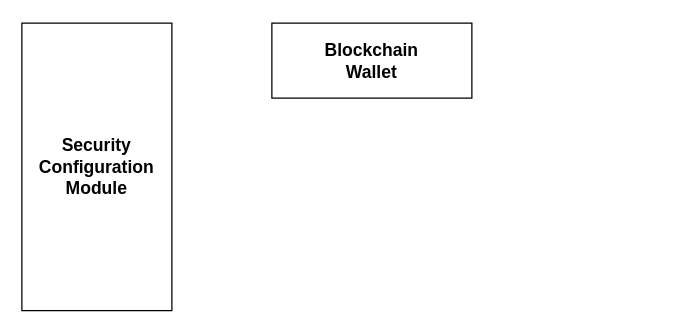
Before: blockiot.drawio in kaliadi/proyek-ku, a draw.io diagram. Source tidied: cells renumbered, new cells numbered last; positions are measured from the earlier drawing's top-left corner, leaving out a move shared by most shapes. Both pictures are drawn from the tidied source at 125%, with x=0, y=0 at pixel (21, 22).
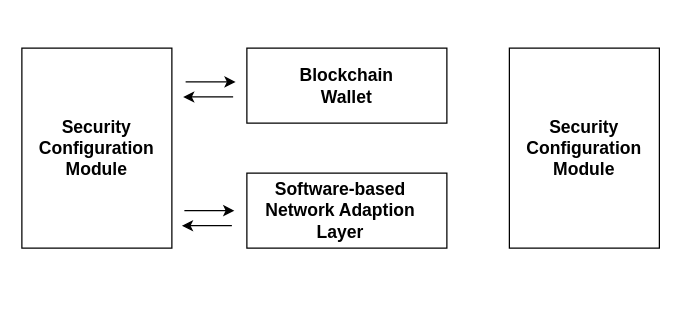
The same page after the edit.

What changed in the source:
```diff
@@
+    <mxCell id="6" style="group;" parent="1" vertex="1">
+      <mxGeometry x="180" y="20" width="160" height="60" as="geometry" />
+    </mxCell>
+    <mxCell id="4" style="rounded=0;whiteSpace=wrap;html=1;" parent="6" vertex="1">
+      <mxGeometry width="160" height="60" as="geometry" />
+    </mxCell>
+    <mxCell id="5" value="&lt;h3&gt;Blockchain Wallet&lt;/h3&gt;" style="text;html=1;strokeColor=none;fillColor=none;align=center;verticalAlign=middle;whiteSpace=wrap;rounded=0;" parent="6" vertex="1">
+      <mxGeometry x="50" y="15" width="60" height="30" as="geometry" />
+    </mxCell>
+    <mxCell id="7" style="group;" parent="1" vertex="1">
+      <mxGeometry x="180" y="120" width="160" height="60" as="geometry" />
+    </mxCell>
+    <mxCell id="8" style="rounded=0;whiteSpace=wrap;html=1;" parent="7" vertex="1">
+      <mxGeometry width="160" height="60" as="geometry" />
+    </mxCell>
+    <mxCell id="9" value="&lt;h3&gt;Software-based Network Adaption Layer&lt;/h3&gt;" style="text;html=1;strokeColor=none;fillColor=none;align=center;verticalAlign=middle;whiteSpace=wrap;rounded=0;" parent="7" vertex="1">
+      <mxGeometry x="10" y="15" width="130" height="30" as="geometry" />
+    </mxCell>
+    <mxCell id="10" style="group;" parent="1" vertex="1">
+      <mxGeometry x="131" y="47" width="40" height="12" as="geometry" />
+    </mxCell>
+    <mxCell id="11" style="endArrow=classic;html=1;rounded=0;" parent="10" edge="1">
+      <mxGeometry relative="1" as="geometry">
+        <mxPoint as="sourcePoint" />
+        <mxPoint x="40" as="targetPoint" />
+      </mxGeometry>
+    </mxCell>
+    <mxCell id="12" style="endArrow=classic;html=1;rounded=0;entryX=0.833;entryY=0.188;entryDx=0;entryDy=0;entryPerimeter=0;" parent="10" edge="1">
+      <mxGeometry relative="1" as="geometry">
+        <mxPoint x="38" y="12" as="sourcePoint" />
+        <mxPoint x="-2" y="12.1" as="targetPoint" />
+        <Array as="points">
+          <mxPoint x="28" y="12" />
+        </Array>
+      </mxGeometry>
+    </mxCell>
+    <mxCell id="13" style="group;" parent="1" vertex="1">
+      <mxGeometry x="130" y="150" width="40" height="12" as="geometry" />
+    </mxCell>
+    <mxCell id="14" style="endArrow=classic;html=1;rounded=0;" parent="13" edge="1">
+      <mxGeometry relative="1" as="geometry">
+        <mxPoint as="sourcePoint" />
+        <mxPoint x="40" as="targetPoint" />
+      </mxGeometry>
+    </mxCell>
+    <mxCell id="15" style="endArrow=classic;html=1;rounded=0;entryX=0.833;entryY=0.188;entryDx=0;entryDy=0;entryPerimeter=0;" parent="13" edge="1">
+      <mxGeometry relative="1" as="geometry">
+        <mxPoint x="38" y="12" as="sourcePoint" />
+        <mxPoint x="-2" y="12.1" as="targetPoint" />
+        <Array as="points">
+          <mxPoint x="28" y="12" />
+        </Array>
+      </mxGeometry>
+    </mxCell>
+    <mxCell id="16" style="group;" parent="1" vertex="1">
+      <mxGeometry y="20" width="120" height="160" as="geometry" />
+    </mxCell>
-    <mxCell id="2" style="rounded=0;whiteSpace=wrap;html=1;" parent="1" vertex="1">
-      <mxGeometry width="120" height="230" as="geometry" />
+    <mxCell id="2" style="rounded=0;whiteSpace=wrap;html=1;" parent="16" vertex="1">
+      <mxGeometry width="120" height="160" as="geometry" />
     </mxCell>
-    <mxCell id="3" value="&lt;h3&gt;Security Configuration Module&lt;/h3&gt;" style="text;html=1;strokeColor=none;fillColor=none;align=center;verticalAlign=middle;whiteSpace=wrap;rounded=0;" parent="1" vertex="1">
-      <mxGeometry x="30" y="100" width="60" height="30" as="geometry" />
+    <mxCell id="3" value="&lt;h3&gt;Security Configuration Module&lt;/h3&gt;" style="text;html=1;strokeColor=none;fillColor=none;align=center;verticalAlign=middle;whiteSpace=wrap;rounded=0;" parent="16" vertex="1">
+      <mxGeometry x="30" y="65" width="60" height="30" as="geometry" />
     </mxCell>
-    <mxCell id="4" style="rounded=0;whiteSpace=wrap;html=1;" parent="1" vertex="1">
-      <mxGeometry x="200" width="160" height="60" as="geometry" />
-    </mxCell>
-    <mxCell id="5" value="&lt;h3&gt;Blockchain Wallet&lt;/h3&gt;" style="text;html=1;strokeColor=none;fillColor=none;align=center;verticalAlign=middle;whiteSpace=wrap;rounded=0;" parent="1" vertex="1">
-      <mxGeometry x="250" y="15" width="60" height="30" as="geometry" />
-    </mxCell>
+    <mxCell id="17" style="group;" parent="1" vertex="1">
+      <mxGeometry x="390" y="20" width="120" height="160" as="geometry" />
+    </mxCell>
+    <mxCell id="18" style="rounded=0;whiteSpace=wrap;html=1;" parent="17" vertex="1">
+      <mxGeometry width="120" height="160" as="geometry" />
+    </mxCell>
+    <mxCell id="19" value="&lt;h3&gt;Security Configuration Module&lt;/h3&gt;" style="text;html=1;strokeColor=none;fillColor=none;align=center;verticalAlign=middle;whiteSpace=wrap;rounded=0;" parent="17" vertex="1">
+      <mxGeometry x="30" y="65" width="60" height="30" as="geometry" />
+    </mxCell>
```
